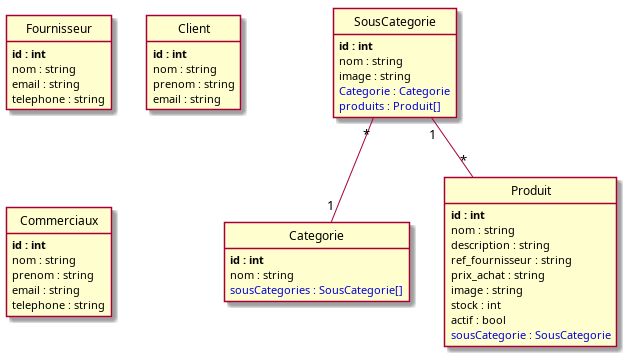
Earlier version of the PlantUML export puml/index.png (Alice2568/VillageGreen). Its source is kept beside it as puml/index.puml.
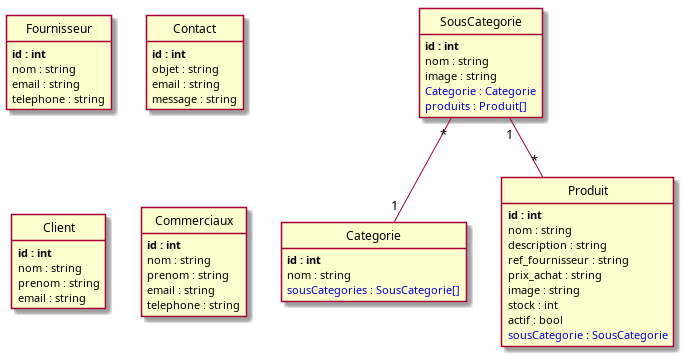
The same diagram one commit later.

Diff of the diagram source:
```diff
@@ -4,6 +4,13 @@
 	nom : string
 	email : string
 	telephone : string
+}
+
+class Contact {
+	**id : int**
+	objet : string
+	email : string
+	message : string
 }
 
 class SousCategorie {
```
